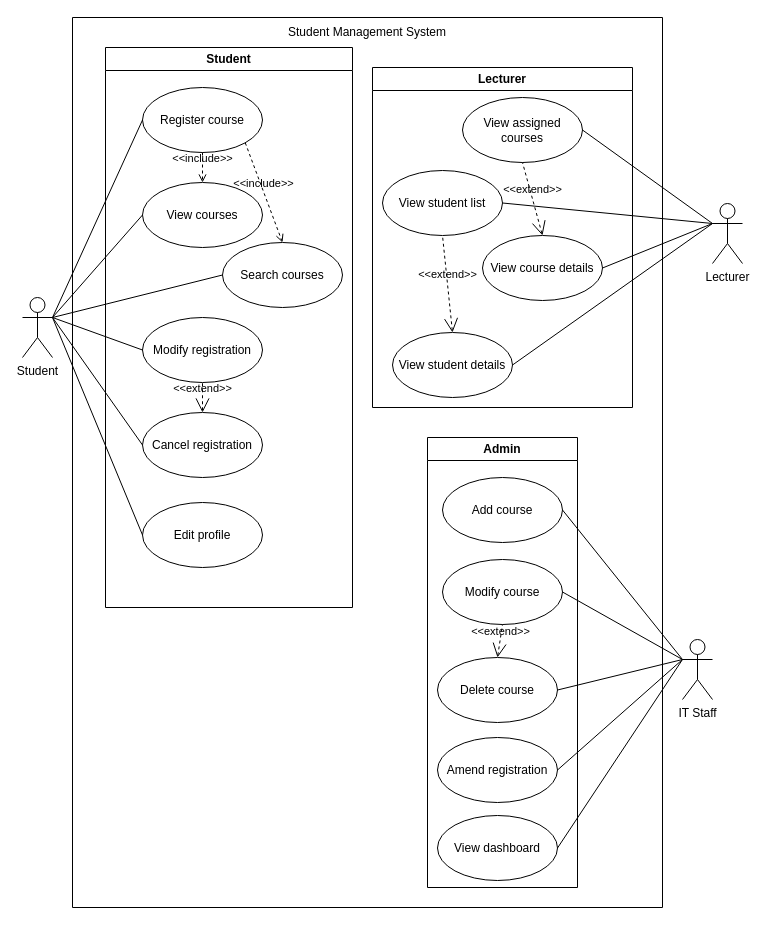
umar-05/SMS-Project keeps this draw.io diagram as page "USE CASE" (1 of 2) of SDT USE CASE.drawio. Above is the earlier version. Source tidied: cells renumbered, new cells numbered last; positions are measured from the earlier drawing's top-left corner, leaving out a move shared by most shapes. Both pictures are drawn from the tidied source at 100%, with x=0, y=0 at pixel (22, 17).
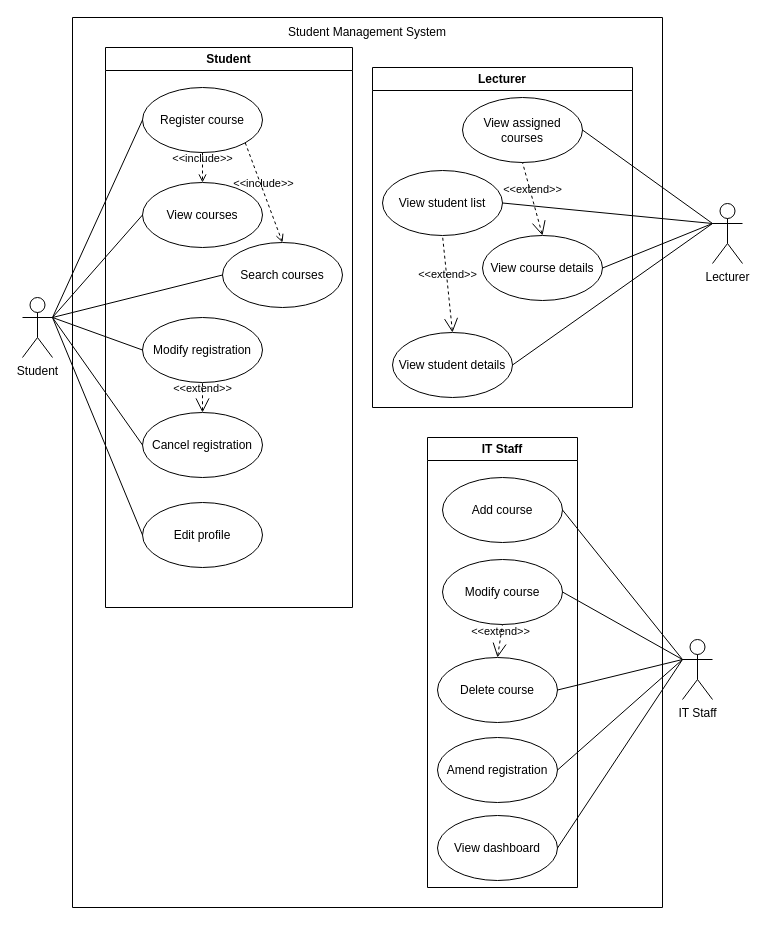
Above is the later version.

Unchanged cells that the change refers to:
```xml
<mxCell id="23" style="swimlane;startSize=0;" parent="1" vertex="1">
  <mxGeometry x="50" width="590" height="890" as="geometry" />
</mxCell>
```

What changed in the source:
```diff
@@
-    <mxCell id="25" value="Admin" style="swimlane;whiteSpace=wrap;html=1;startSize=23;" parent="23" vertex="1">
+    <mxCell id="25" value="IT Staff" style="swimlane;whiteSpace=wrap;html=1;startSize=23;" parent="23" vertex="1">
       <mxGeometry x="355" y="420" width="150" height="450" as="geometry" />
     </mxCell>
```
